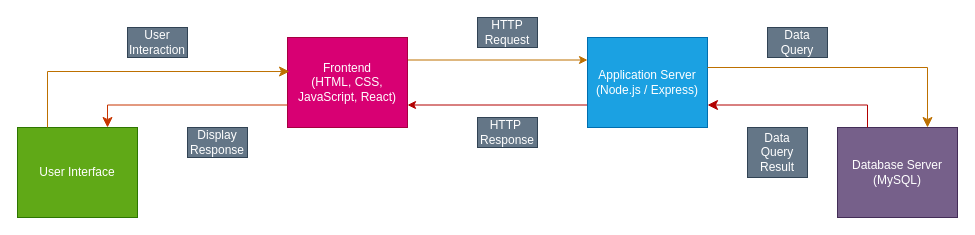
drshahizan/software-engineering keeps this draw.io diagram as proposal/submission/sec01/Systema/blockdiagram.drawio. Above is the earlier version. Source tidied: cells renumbered, new cells numbered last; positions are measured from the earlier drawing's top-left corner, leaving out a move shared by most shapes. Both pictures are drawn from the tidied source at 100%, with x=0, y=0 at pixel (17, 17).
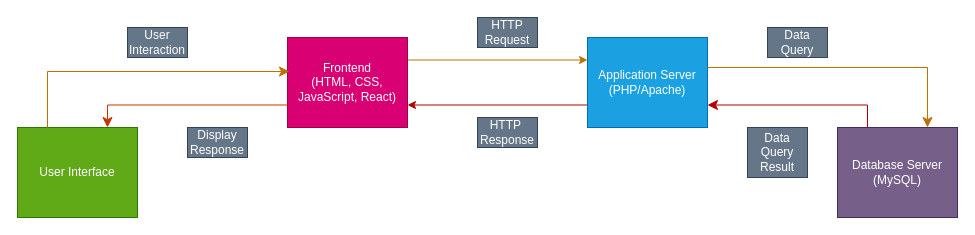
The same diagram, later.

Diff of the diagram source:
```diff
@@
-    <mxCell id="6" value="Application Server (Node.js / Express)" style="rounded=0;whiteSpace=wrap;html=1;fillColor=#1ba1e2;fontColor=#ffffff;strokeColor=#006EAF;" parent="1" vertex="1">
+    <mxCell id="6" value="Application Server (PHP/Apache)" style="rounded=0;whiteSpace=wrap;html=1;fillColor=#1ba1e2;fontColor=#ffffff;strokeColor=#006EAF;" parent="1" vertex="1">
       <mxGeometry x="570" y="20" width="120" height="90" as="geometry" />
     </mxCell>
```
